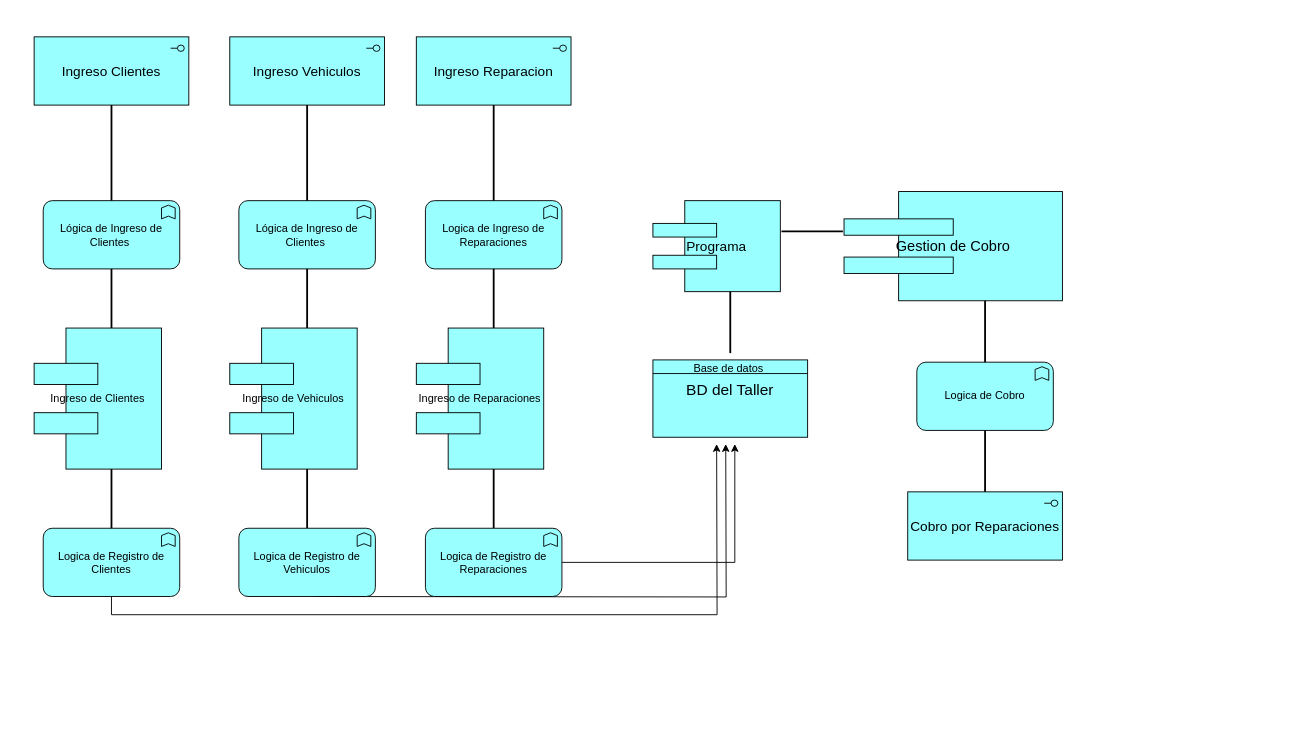
Above: Diagrama2Sem10.drawio in Diego-Valladares/sc_302_documentacion (draw.io), before the change. Source tidied: cells renumbered, new cells numbered last; positions are measured from the earlier drawing's top-left corner, leaving out a move shared by most shapes. Both pictures are drawn from the tidied source at 91%, with x=0, y=0 at pixel (34, 36).
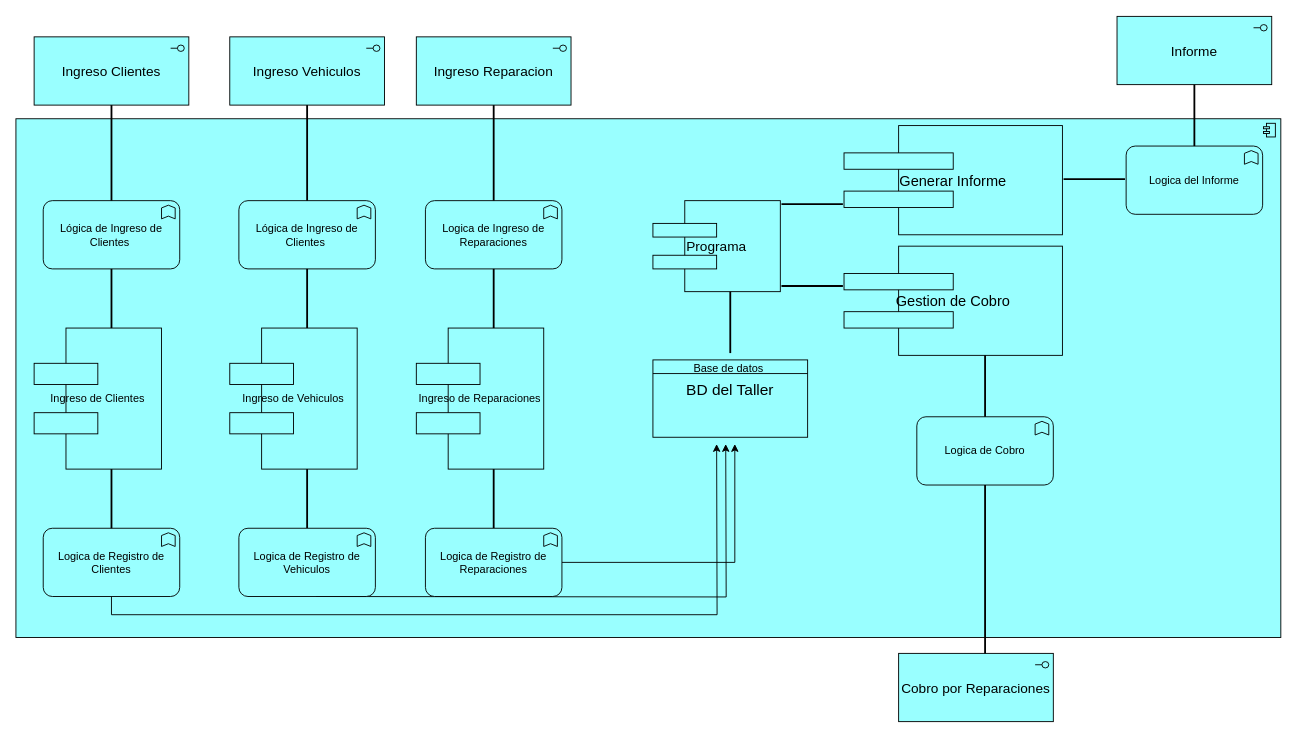
Above is the later version.

Diff of the diagram source:
```diff
@@
+    <mxCell id="35" style="html=1;whiteSpace=wrap;fillColor=#99ffff;shape=mxgraph.archimate3.application;appType=comp;archiType=square;" parent="1" vertex="1">
+      <mxGeometry x="-20" y="90" width="1390" height="570" as="geometry" />
+    </mxCell>
@@
     <mxCell id="28" value="&lt;div style=&quot;&quot;&gt;&lt;span style=&quot;font-size: 16px; background-color: initial;&quot;&gt;Gestion de Cobro&lt;/span&gt;&lt;/div&gt;" style="html=1;whiteSpace=wrap;fillColor=#99ffff;shape=mxgraph.archimate3.component;align=center;" parent="1" vertex="1">
-      <mxGeometry x="890" y="170" width="240" height="120" as="geometry" />
+      <mxGeometry x="890" y="230" width="240" height="120" as="geometry" />
     </mxCell>
     <mxCell id="29" style="line;strokeWidth=2;direction=south;html=1;rotation=90;" parent="1" vertex="1">
-      <mxGeometry x="850" y="180" width="10" height="67.5" as="geometry" />
+      <mxGeometry x="850" y="240" width="10" height="67.5" as="geometry" />
     </mxCell>
@@
     <mxCell id="31" value="&lt;font style=&quot;font-size: 15px;&quot;&gt;Cobro por Reparaciones&lt;/font&gt;" style="html=1;whiteSpace=wrap;fillColor=#99ffff;shape=mxgraph.archimate3.application;appType=interface;archiType=square;" parent="1" vertex="1">
-      <mxGeometry x="960" y="500" width="170" height="75" as="geometry" />
+      <mxGeometry x="950" y="677.5" width="170" height="75" as="geometry" />
     </mxCell>
     <mxCell id="32" value="Logica de Cobro" style="html=1;whiteSpace=wrap;fillColor=#99ffff;shape=mxgraph.archimate3.application;appType=func;archiType=rounded;" parent="1" vertex="1">
-      <mxGeometry x="970" y="357.5" width="150" height="75" as="geometry" />
+      <mxGeometry x="970" y="417.5" width="150" height="75" as="geometry" />
     </mxCell>
     <mxCell id="33" style="line;strokeWidth=2;direction=south;html=1;" parent="1" vertex="1">
-      <mxGeometry x="1040" y="432.5" width="10" height="67.5" as="geometry" />
+      <mxGeometry x="1040" y="492.5" width="10" height="185" as="geometry" />
     </mxCell>
     <mxCell id="34" style="line;strokeWidth=2;direction=south;html=1;" parent="1" vertex="1">
-      <mxGeometry x="1040" y="290" width="10" height="67.5" as="geometry" />
+      <mxGeometry x="1040" y="350" width="10" height="67.5" as="geometry" />
     </mxCell>
+    <mxCell id="36" value="&lt;div style=&quot;&quot;&gt;&lt;span style=&quot;font-size: 16px; background-color: initial;&quot;&gt;Generar Informe&lt;/span&gt;&lt;/div&gt;" style="html=1;whiteSpace=wrap;fillColor=#99ffff;shape=mxgraph.archimate3.component;align=center;" parent="1" vertex="1">
+      <mxGeometry x="890" y="97.5" width="240" height="120" as="geometry" />
+    </mxCell>
+    <mxCell id="37" style="line;strokeWidth=2;direction=south;html=1;rotation=90;" parent="1" vertex="1">
+      <mxGeometry x="850" y="150" width="10" height="67.5" as="geometry" />
+    </mxCell>
+    <mxCell id="38" value="&lt;font style=&quot;font-size: 15px;&quot;&gt;Informe&lt;/font&gt;" style="html=1;whiteSpace=wrap;fillColor=#99ffff;shape=mxgraph.archimate3.application;appType=interface;archiType=square;" parent="1" vertex="1">
+      <mxGeometry x="1190" y="-22.5" width="170" height="75" as="geometry" />
+    </mxCell>
+    <mxCell id="39" value="Logica del Informe" style="html=1;whiteSpace=wrap;fillColor=#99ffff;shape=mxgraph.archimate3.application;appType=func;archiType=rounded;" parent="1" vertex="1">
+      <mxGeometry x="1200" y="120" width="150" height="75" as="geometry" />
+    </mxCell>
+    <mxCell id="40" style="line;strokeWidth=2;direction=south;html=1;" parent="1" vertex="1">
+      <mxGeometry x="1270" y="52.5" width="10" height="67.5" as="geometry" />
+    </mxCell>
+    <mxCell id="41" style="line;strokeWidth=2;direction=south;html=1;rotation=90;" parent="1" vertex="1">
+      <mxGeometry x="1160" y="122.5" width="10" height="67.5" as="geometry" />
+    </mxCell>
```
